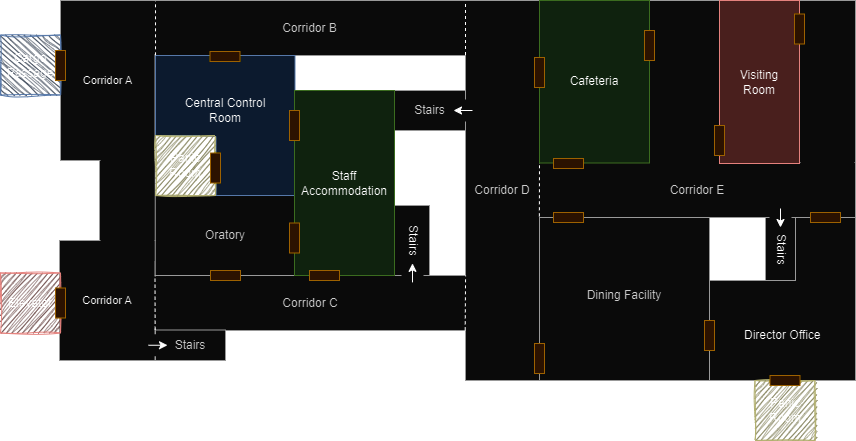
The draw.io diagram Client/Assets/Resources/Images/MiniMap_2F.png in kookmin-sw/capstone-2024-10, before a commit. Source tidied: cells renumbered, new cells last; positions are measured from the earlier drawing's top-left corner, leaving out a move shared by most shapes.
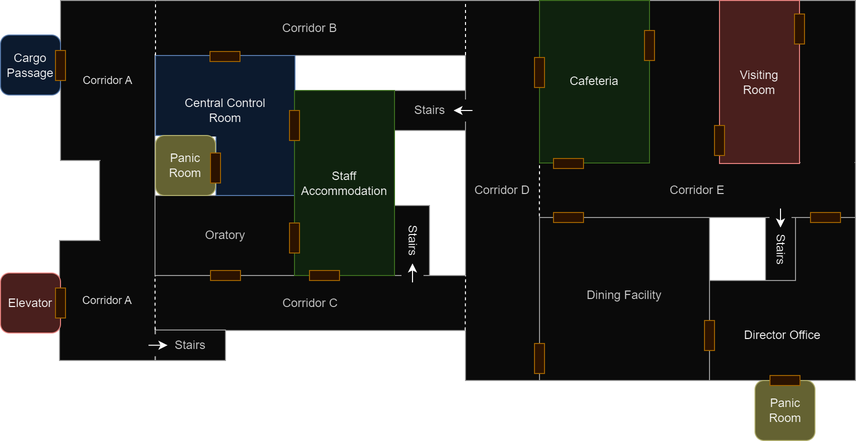
Above is the later version.

Diff of the diagram source:
```diff
@@ -41,7 +41,7 @@
     <mxCell id="14" style="rounded=0;whiteSpace=wrap;html=1;fillColor=#f5f5f5;fontColor=#333333;strokeColor=#666666;" parent="1" vertex="1">
       <mxGeometry x="795" y="210" width="60" height="170" as="geometry" />
     </mxCell>
-    <mxCell id="15" style="rounded=0;whiteSpace=wrap;html=1;fillColor=#dae8fc;strokeColor=#6c8ebf;direction=south;shadow=0;sketch=1;curveFitting=1;jiggle=2;align=center;verticalAlign=middle;fontFamily=Helvetica;fontSize=12;fontColor=default;" parent="1" vertex="1">
+    <mxCell id="15" style="rounded=1;whiteSpace=wrap;html=1;fillColor=#dae8fc;strokeColor=#6c8ebf;direction=south;shadow=0;align=center;verticalAlign=middle;fontFamily=Helvetica;fontSize=12;fontColor=default;" parent="1" vertex="1">
       <mxGeometry y="34.5" width="60" height="60" as="geometry" />
     </mxCell>
     <mxCell id="16" value="&lt;span style=&quot;color: rgb(0, 0, 0); text-align: left;&quot;&gt;&lt;font style=&quot;font-size: 11px;&quot;&gt;Corridor A&lt;/font&gt;&lt;/span&gt;" style="rounded=0;html=1;fillColor=#f5f5f5;fontColor=#333333;strokeColor=#666666;glass=0;shadow=0;whiteSpace=wrap;verticalAlign=middle;" parent="1" vertex="1">
@@ -131,7 +131,7 @@
     <mxCell id="44" style="rounded=0;whiteSpace=wrap;html=1;fillColor=#ffe6cc;strokeColor=#d79b00;rotation=0;" parent="1" vertex="1">
       <mxGeometry x="534" y="343" width="10" height="30" as="geometry" />
     </mxCell>
-    <mxCell id="45" value="Elevator" style="rounded=0;whiteSpace=wrap;html=1;fillColor=#f8cecc;strokeColor=#b85450;shadow=0;sketch=1;curveFitting=1;jiggle=2;align=center;verticalAlign=middle;fontFamily=Helvetica;fontSize=12;fontColor=default;" parent="1" vertex="1">
+    <mxCell id="45" value="Elevator" style="rounded=1;whiteSpace=wrap;html=1;fillColor=#f8cecc;strokeColor=#b85450;shadow=0;align=center;verticalAlign=middle;fontFamily=Helvetica;fontSize=12;fontColor=default;" parent="1" vertex="1">
       <mxGeometry y="272.5" width="60" height="60" as="geometry" />
     </mxCell>
     <mxCell id="46" value="Cargo&#10;Passage" style="text;whiteSpace=wrap;align=center;verticalAlign=middle;" parent="1" vertex="1">
@@ -145,7 +145,7 @@
         <mxPoint x="155" y="0.5" as="targetPoint" />
       </mxGeometry>
     </mxCell>
-    <mxCell id="49" value="Panic&lt;div&gt;Room&lt;/div&gt;" style="rounded=0;whiteSpace=wrap;html=1;fillColor=#A5A373;strokeColor=#5a5817;shadow=0;sketch=1;curveFitting=1;jiggle=2;align=center;verticalAlign=middle;fontFamily=Helvetica;fontSize=12;fontColor=default;" parent="1" vertex="1">
+    <mxCell id="49" value="Panic&lt;div&gt;Room&lt;/div&gt;" style="rounded=1;whiteSpace=wrap;html=1;fillColor=#A5A373;strokeColor=#5a5817;shadow=0;align=center;verticalAlign=middle;fontFamily=Helvetica;fontSize=12;fontColor=default;" parent="1" vertex="1">
       <mxGeometry x="155" y="135" width="60" height="60" as="geometry" />
     </mxCell>
     <mxCell id="50" value="Central Control&#10;Room" style="text;whiteSpace=wrap;verticalAlign=middle;align=center;" parent="1" vertex="1">
@@ -178,7 +178,7 @@
     <mxCell id="58" value="Stairs" style="text;whiteSpace=wrap;verticalAlign=middle;align=center;spacing=5;fontSize=12;textDirection=vertical-lr;fontFamily=Helvetica;" parent="1" vertex="1">
       <mxGeometry x="765" y="219" width="30" height="60" as="geometry" />
     </mxCell>
-    <mxCell id="59" value="Panic&lt;div&gt;Room&lt;/div&gt;" style="rounded=0;whiteSpace=wrap;html=1;fillColor=#A5A373;strokeColor=#5a5817;shadow=0;sketch=1;curveFitting=1;jiggle=2;align=center;verticalAlign=middle;fontFamily=Helvetica;fontSize=12;fontColor=default;" parent="1" vertex="1">
+    <mxCell id="59" value="Panic&lt;div&gt;Room&lt;/div&gt;" style="rounded=1;whiteSpace=wrap;html=1;fillColor=#A5A373;strokeColor=#5a5817;shadow=0;align=center;verticalAlign=middle;fontFamily=Helvetica;fontSize=12;fontColor=default;" parent="1" vertex="1">
       <mxGeometry x="754.5" y="380" width="60" height="60" as="geometry" />
     </mxCell>
     <mxCell id="60" style="group;direction=east;flipH=0;flipV=1;rotation=-90;" parent="1" vertex="1">
```
